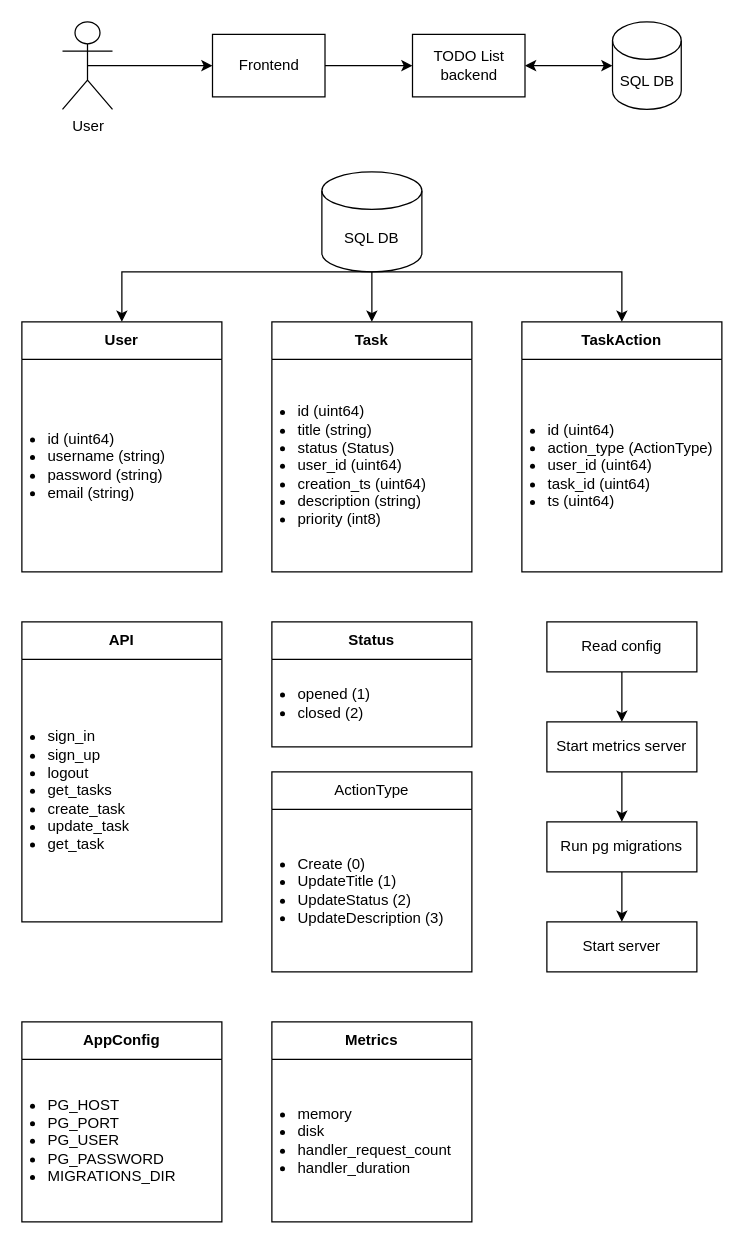
Earlier version of the draw.io diagram design/design.drawio (ypodlesov/todo_list_service). Source tidied: cells renumbered, new cells numbered last; positions are measured from the earlier drawing's top-left corner, leaving out a move shared by most shapes. Both pictures are drawn from the tidied source at 125%, with x=0, y=0 at pixel (21, 21).
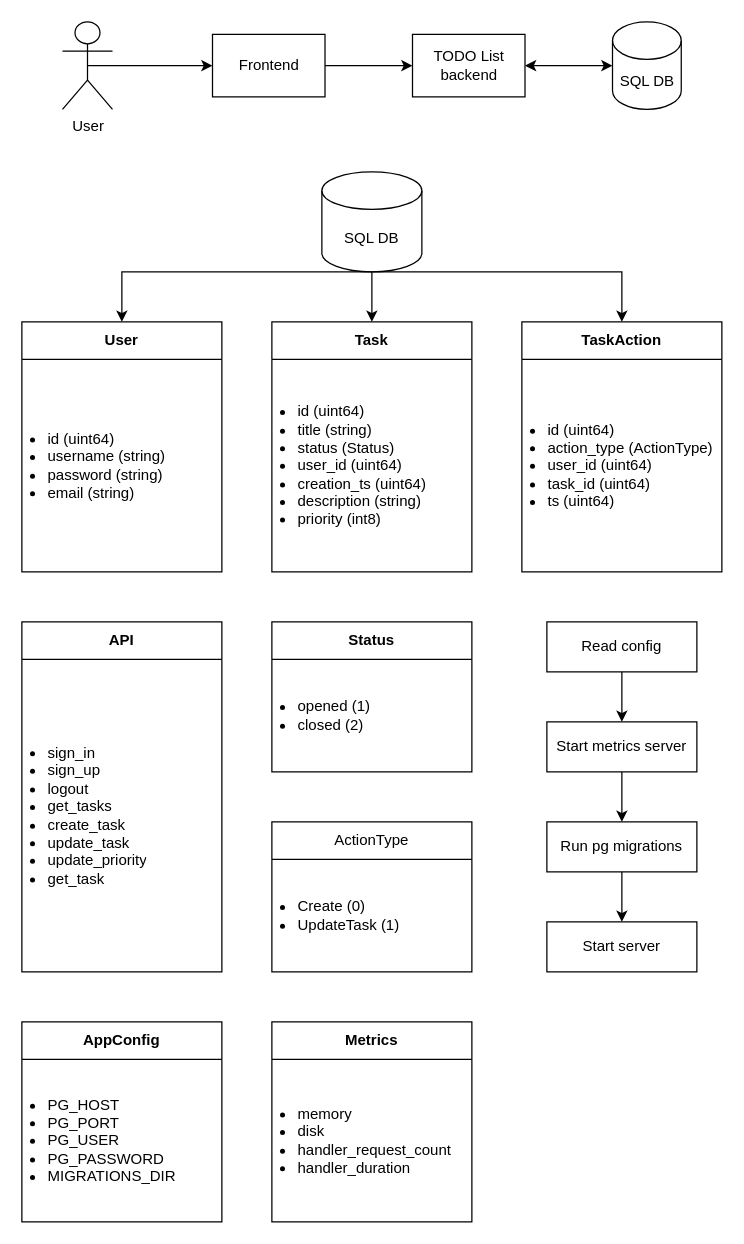
The same diagram, later.

Commit message (it also covers changes not shown here):
Add priority and description to task.

What changed in the source:
```diff
@@
     <mxCell id="19" value="&lt;b&gt;API&lt;/b&gt;" style="swimlane;fontStyle=0;horizontal=1;startSize=30;whiteSpace=wrap;html=1;" parent="1" vertex="1">
-      <mxGeometry y="480" width="160" height="240" as="geometry" />
+      <mxGeometry y="480" width="160" height="280" as="geometry" />
     </mxCell>
-    <mxCell id="20" value="&lt;ul style=&quot;padding-left: 15px; padding-bottom: 0px;&quot;&gt;&lt;li&gt;sign_in&lt;/li&gt;&lt;li&gt;sign_up&lt;/li&gt;&lt;li&gt;logout&lt;/li&gt;&lt;li&gt;get_tasks&lt;/li&gt;&lt;li&gt;create_task&lt;br&gt;&lt;/li&gt;&lt;li&gt;update_task&lt;br&gt;&lt;/li&gt;&lt;li&gt;get_task&lt;/li&gt;&lt;/ul&gt;" style="text;strokeColor=none;fillColor=none;align=left;verticalAlign=middle;spacingLeft=4;spacingRight=4;overflow=hidden;whiteSpace=wrap;html=1;" parent="19" vertex="1">
-      <mxGeometry y="30" width="160" height="210" as="geometry" />
+    <mxCell id="20" value="&lt;ul style=&quot;padding-left: 15px; padding-bottom: 0px;&quot;&gt;&lt;li&gt;sign_in&lt;/li&gt;&lt;li&gt;sign_up&lt;/li&gt;&lt;li&gt;logout&lt;/li&gt;&lt;li&gt;get_tasks&lt;/li&gt;&lt;li&gt;create_task&lt;br&gt;&lt;/li&gt;&lt;li&gt;update_task&lt;br&gt;&lt;/li&gt;&lt;li&gt;update_priority&lt;/li&gt;&lt;li&gt;get_task&lt;/li&gt;&lt;/ul&gt;" style="text;strokeColor=none;fillColor=none;align=left;verticalAlign=middle;spacingLeft=4;spacingRight=4;overflow=hidden;whiteSpace=wrap;html=1;" parent="19" vertex="1">
+      <mxGeometry y="30" width="160" height="250" as="geometry" />
     </mxCell>
     <mxCell id="21" value="&lt;b&gt;Status&lt;/b&gt;" style="swimlane;fontStyle=0;horizontal=1;startSize=30;whiteSpace=wrap;html=1;" parent="1" vertex="1">
-      <mxGeometry x="200" y="480" width="160" height="100" as="geometry" />
+      <mxGeometry x="200" y="480" width="160" height="120" as="geometry" />
     </mxCell>
     <mxCell id="22" value="&lt;ul style=&quot;padding-left: 15px; padding-bottom: 0px;&quot;&gt;&lt;li&gt;opened (1)&lt;/li&gt;&lt;li&gt;closed (2)&lt;/li&gt;&lt;/ul&gt;" style="text;strokeColor=none;fillColor=none;align=left;verticalAlign=middle;spacingLeft=4;spacingRight=4;overflow=hidden;whiteSpace=wrap;html=1;spacing=2;" parent="21" vertex="1">
-      <mxGeometry y="30" width="160" height="70" as="geometry" />
+      <mxGeometry y="30" width="160" height="90" as="geometry" />
     </mxCell>
     <mxCell id="23" value="&lt;span style=&quot;text-align: left;&quot;&gt;ActionType&lt;/span&gt;" style="swimlane;fontStyle=0;horizontal=1;startSize=30;whiteSpace=wrap;html=1;" parent="1" vertex="1">
-      <mxGeometry x="200" y="600" width="160" height="160" as="geometry" />
+      <mxGeometry x="200" y="640" width="160" height="120" as="geometry" />
     </mxCell>
-    <mxCell id="24" value="&lt;ul style=&quot;padding-left: 15px; padding-bottom: 0px;&quot;&gt;&lt;li&gt;Create (0)&lt;/li&gt;&lt;li&gt;UpdateTitle (1)&lt;/li&gt;&lt;li&gt;UpdateStatus (2)&lt;/li&gt;&lt;li&gt;UpdateDescription (3)&lt;/li&gt;&lt;/ul&gt;" style="text;strokeColor=none;fillColor=none;align=left;verticalAlign=middle;spacingLeft=4;spacingRight=4;overflow=hidden;whiteSpace=wrap;html=1;spacing=2;" parent="23" vertex="1">
-      <mxGeometry y="30" width="160" height="130" as="geometry" />
+    <mxCell id="24" value="&lt;ul style=&quot;padding-left: 15px; padding-bottom: 0px;&quot;&gt;&lt;li&gt;Create (0)&lt;/li&gt;&lt;li&gt;UpdateTask (1)&lt;/li&gt;&lt;/ul&gt;" style="text;strokeColor=none;fillColor=none;align=left;verticalAlign=middle;spacingLeft=4;spacingRight=4;overflow=hidden;whiteSpace=wrap;html=1;spacing=2;" parent="23" vertex="1">
+      <mxGeometry y="30" width="160" height="90" as="geometry" />
     </mxCell>
```
